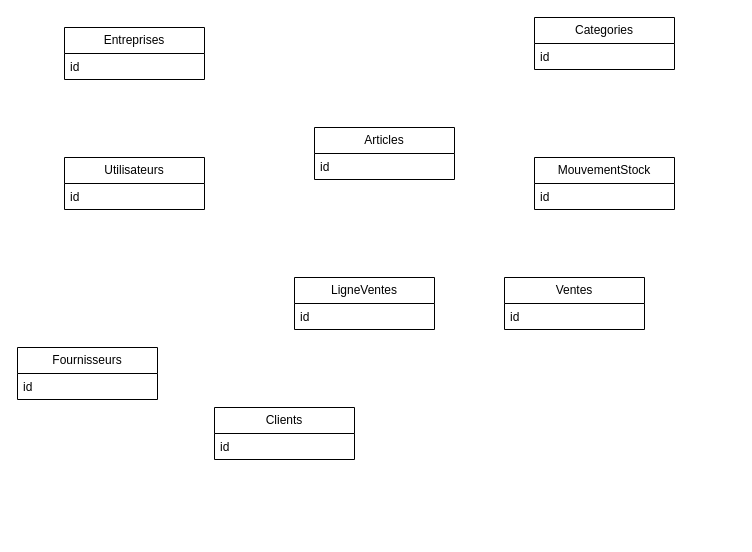
Before: src/config/Gestion de Stock.drawio in Eminence212/api-portfolio, a draw.io diagram. Source tidied: cells renumbered, new cells numbered last; positions are measured from the earlier drawing's top-left corner, leaving out a move shared by most shapes. Both pictures are drawn from the tidied source at 100%, with x=0, y=0 at pixel (17, 17).
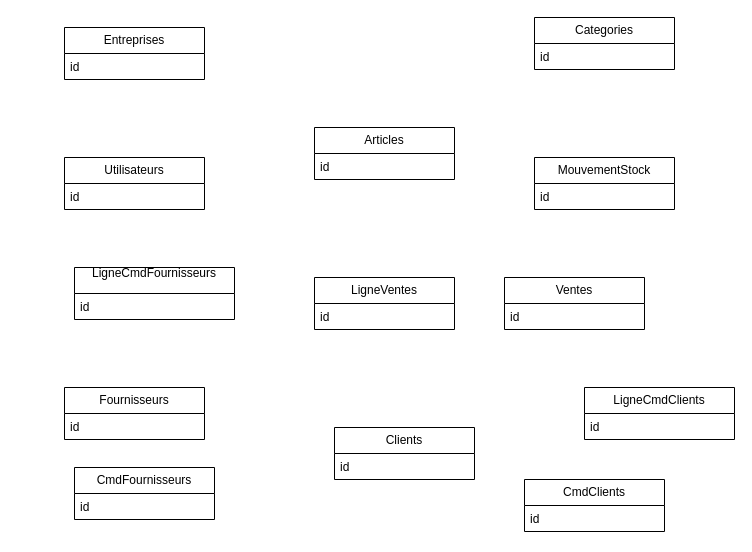
The same diagram, later.

Commit message (it also covers changes not shown here):
Mettre à jour Gestion de Stock.drawio

Diff of the diagram source:
```diff
@@
     <mxCell id="14" value="Clients" style="swimlane;fontStyle=0;horizontal=1;startSize=26;fillColor=none;whiteSpace=wrap;html=1;" parent="1" vertex="1">
-      <mxGeometry x="197" y="390" width="140" height="52" as="geometry" />
+      <mxGeometry x="317" y="410" width="140" height="52" as="geometry" />
     </mxCell>
@@
     <mxCell id="16" value="LigneVentes" style="swimlane;fontStyle=0;horizontal=1;startSize=26;fillColor=none;whiteSpace=wrap;html=1;" parent="1" vertex="1">
-      <mxGeometry x="277" y="260" width="140" height="52" as="geometry" />
+      <mxGeometry x="297" y="260" width="140" height="52" as="geometry" />
     </mxCell>
@@
     <mxCell id="18" value="Fournisseurs" style="swimlane;fontStyle=0;horizontal=1;startSize=26;fillColor=none;whiteSpace=wrap;html=1;" parent="1" vertex="1">
-      <mxGeometry y="330" width="140" height="52" as="geometry" />
+      <mxGeometry x="47" y="370" width="140" height="52" as="geometry" />
     </mxCell>
@@
+    <mxCell id="20" value="&lt;div&gt;LigneCmdFournisseurs&lt;/div&gt;&lt;div&gt;&lt;br&gt;&lt;/div&gt;" style="swimlane;fontStyle=0;horizontal=1;startSize=26;fillColor=none;whiteSpace=wrap;html=1;" parent="1" vertex="1">
+      <mxGeometry x="57" y="250" width="160" height="52" as="geometry" />
+    </mxCell>
+    <mxCell id="21" value="id" style="text;strokeColor=none;fillColor=none;align=left;verticalAlign=top;spacingLeft=4;spacingRight=4;overflow=hidden;whiteSpace=wrap;html=1;" parent="20" vertex="1">
+      <mxGeometry y="26" width="160" height="26" as="geometry" />
+    </mxCell>
+    <mxCell id="22" value="&lt;div&gt;LigneCmdClients&lt;/div&gt;" style="swimlane;fontStyle=0;horizontal=1;startSize=26;fillColor=none;whiteSpace=wrap;html=1;" parent="1" vertex="1">
+      <mxGeometry x="567" y="370" width="150" height="52" as="geometry" />
+    </mxCell>
+    <mxCell id="23" value="id" style="text;strokeColor=none;fillColor=none;align=left;verticalAlign=top;spacingLeft=4;spacingRight=4;overflow=hidden;whiteSpace=wrap;html=1;" parent="22" vertex="1">
+      <mxGeometry y="26" width="150" height="26" as="geometry" />
+    </mxCell>
+    <mxCell id="24" value="CmdFournisseurs" style="swimlane;fontStyle=0;horizontal=1;startSize=26;fillColor=none;whiteSpace=wrap;html=1;" parent="1" vertex="1">
+      <mxGeometry x="57" y="450" width="140" height="52" as="geometry" />
+    </mxCell>
+    <mxCell id="25" value="id" style="text;strokeColor=none;fillColor=none;align=left;verticalAlign=top;spacingLeft=4;spacingRight=4;overflow=hidden;whiteSpace=wrap;html=1;" parent="24" vertex="1">
+      <mxGeometry y="26" width="140" height="26" as="geometry" />
+    </mxCell>
+    <mxCell id="26" value="CmdClients" style="swimlane;fontStyle=0;horizontal=1;startSize=26;fillColor=none;whiteSpace=wrap;html=1;" parent="1" vertex="1">
+      <mxGeometry x="507" y="462" width="140" height="52" as="geometry" />
+    </mxCell>
+    <mxCell id="27" value="id" style="text;strokeColor=none;fillColor=none;align=left;verticalAlign=top;spacingLeft=4;spacingRight=4;overflow=hidden;whiteSpace=wrap;html=1;" parent="26" vertex="1">
+      <mxGeometry y="26" width="140" height="26" as="geometry" />
+    </mxCell>
```
